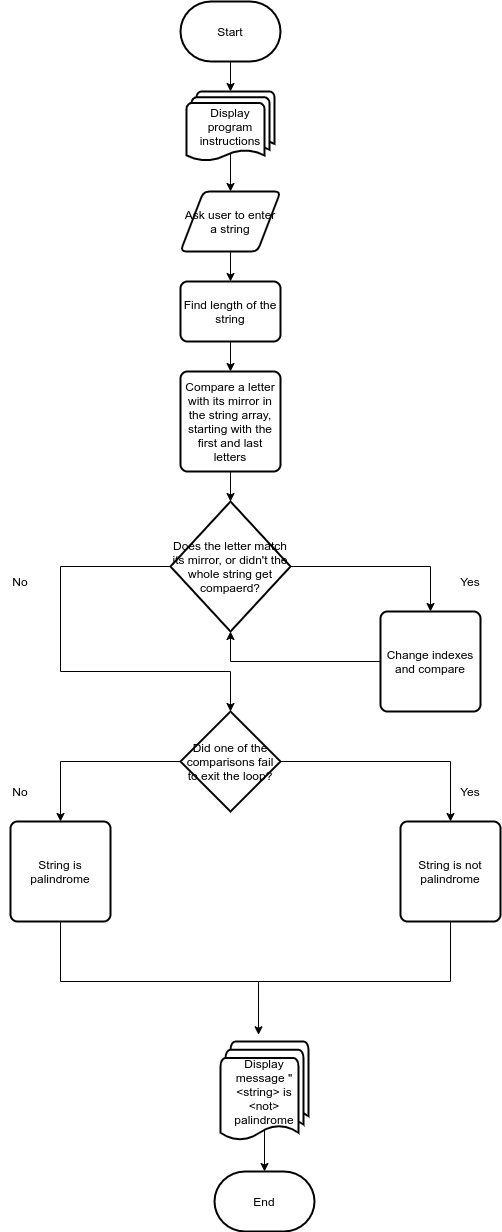
Earlier version of the draw.io export diagram.png (7assan-5alloof/palindromeString). Source tidied: cells renumbered, new cells last; positions are measured from the earlier drawing's top-left corner, leaving out a move shared by most shapes. Its diagram source:
```xml
<mxGraphModel>
  <root>
    <mxCell id="0" />
    <mxCell id="1" parent="0" />
    <mxCell id="2" style="edgeStyle=orthogonalEdgeStyle;rounded=0;jettySize=auto;html=1;exitX=0.5;exitY=1;exitDx=0;exitDy=0;exitPerimeter=0;" parent="1" edge="1" source="3" target="5">
      <mxGeometry relative="1" as="geometry" />
    </mxCell>
    <mxCell id="3" value="Start" style="strokeWidth=2;html=1;shape=mxgraph.flowchart.terminator;whiteSpace=wrap;" parent="1" vertex="1">
      <mxGeometry x="180" width="100" height="60" as="geometry" />
    </mxCell>
    <mxCell id="4" style="edgeStyle=orthogonalEdgeStyle;rounded=0;jettySize=auto;html=1;exitX=0.5;exitY=0.88;exitDx=0;exitDy=0;exitPerimeter=0;" parent="1" edge="1" source="5" target="7">
      <mxGeometry relative="1" as="geometry" />
    </mxCell>
    <mxCell id="5" value="Display program instructions" style="strokeWidth=2;html=1;shape=mxgraph.flowchart.multi-document;whiteSpace=wrap;" parent="1" vertex="1">
      <mxGeometry x="186" y="90" width="88" height="70" as="geometry" />
    </mxCell>
    <mxCell id="6" style="edgeStyle=orthogonalEdgeStyle;rounded=0;jettySize=auto;html=1;exitX=0.5;exitY=1;exitDx=0;exitDy=0;" parent="1" edge="1" source="7" target="9">
      <mxGeometry relative="1" as="geometry" />
    </mxCell>
    <mxCell id="7" value="Ask user to enter a string" style="shape=parallelogram;html=1;strokeWidth=2;perimeter=parallelogramPerimeter;whiteSpace=wrap;rounded=1;arcSize=12;size=0.23;" parent="1" vertex="1">
      <mxGeometry x="180" y="190" width="100" height="60" as="geometry" />
    </mxCell>
    <mxCell id="8" style="edgeStyle=orthogonalEdgeStyle;rounded=0;jettySize=auto;html=1;exitX=0.5;exitY=1;exitDx=0;exitDy=0;" parent="1" edge="1" source="9" target="11">
      <mxGeometry relative="1" as="geometry" />
    </mxCell>
    <mxCell id="9" value="Find length of the string" style="rounded=1;whiteSpace=wrap;html=1;absoluteArcSize=1;arcSize=14;strokeWidth=2;" parent="1" vertex="1">
      <mxGeometry x="180" y="280" width="100" height="60" as="geometry" />
    </mxCell>
    <mxCell id="10" style="edgeStyle=orthogonalEdgeStyle;rounded=0;jettySize=auto;html=1;exitX=0.5;exitY=1;exitDx=0;exitDy=0;" parent="1" edge="1" source="11" target="14">
      <mxGeometry relative="1" as="geometry" />
    </mxCell>
    <mxCell id="11" value="Compare a letter with its mirror in the string array, starting with the first and last letters" style="rounded=1;whiteSpace=wrap;html=1;absoluteArcSize=1;arcSize=14;strokeWidth=2;" parent="1" vertex="1">
      <mxGeometry x="180" y="370" width="100" height="100" as="geometry" />
    </mxCell>
    <mxCell id="12" style="edgeStyle=orthogonalEdgeStyle;rounded=0;jettySize=auto;html=1;exitX=1;exitY=0.5;exitDx=0;exitDy=0;exitPerimeter=0;" parent="1" edge="1" source="14" target="18">
      <mxGeometry relative="1" as="geometry">
        <Array as="points">
          <mxPoint x="430" y="565" />
        </Array>
      </mxGeometry>
    </mxCell>
    <mxCell id="13" style="edgeStyle=orthogonalEdgeStyle;rounded=0;jettySize=auto;html=1;exitX=0;exitY=0.5;exitDx=0;exitDy=0;exitPerimeter=0;" parent="1" edge="1" source="14" target="21">
      <mxGeometry relative="1" as="geometry">
        <Array as="points">
          <mxPoint x="60" y="565" />
          <mxPoint x="60" y="670" />
          <mxPoint x="230" y="670" />
        </Array>
      </mxGeometry>
    </mxCell>
    <mxCell id="14" value="Does the letter match its mirror, or didn't the whole string get compaerd?" style="strokeWidth=2;html=1;shape=mxgraph.flowchart.decision;whiteSpace=wrap;" parent="1" vertex="1">
      <mxGeometry x="170" y="500" width="120" height="130" as="geometry" />
    </mxCell>
    <mxCell id="15" value="Yes" style="text;html=1;strokeColor=none;fillColor=none;align=center;verticalAlign=middle;whiteSpace=wrap;rounded=0;" parent="1" vertex="1">
      <mxGeometry x="450" y="570" width="40" height="20" as="geometry" />
    </mxCell>
    <mxCell id="16" value="No" style="text;html=1;strokeColor=none;fillColor=none;align=center;verticalAlign=middle;whiteSpace=wrap;rounded=0;" parent="1" vertex="1">
      <mxGeometry y="570" width="40" height="20" as="geometry" />
    </mxCell>
    <mxCell id="17" style="edgeStyle=orthogonalEdgeStyle;rounded=0;jettySize=auto;html=1;exitX=0;exitY=0.5;exitDx=0;exitDy=0;entryX=0.5;entryY=1;entryDx=0;entryDy=0;entryPerimeter=0;" parent="1" edge="1" source="18" target="14">
      <mxGeometry relative="1" as="geometry" />
    </mxCell>
    <mxCell id="18" value="Change indexes and compare" style="rounded=1;whiteSpace=wrap;html=1;absoluteArcSize=1;arcSize=14;strokeWidth=2;" parent="1" vertex="1">
      <mxGeometry x="380" y="610" width="100" height="100" as="geometry" />
    </mxCell>
    <mxCell id="19" style="edgeStyle=orthogonalEdgeStyle;rounded=0;jettySize=auto;html=1;exitX=1;exitY=0.5;exitDx=0;exitDy=0;exitPerimeter=0;" parent="1" edge="1" source="21" target="25">
      <mxGeometry relative="1" as="geometry" />
    </mxCell>
    <mxCell id="20" style="edgeStyle=orthogonalEdgeStyle;rounded=0;jettySize=auto;html=1;exitX=0;exitY=0.5;exitDx=0;exitDy=0;exitPerimeter=0;" parent="1" edge="1" source="21" target="26">
      <mxGeometry relative="1" as="geometry" />
    </mxCell>
    <mxCell id="21" value="Did one of the comparisons fail to exit the loop?" style="strokeWidth=2;html=1;shape=mxgraph.flowchart.decision;whiteSpace=wrap;" parent="1" vertex="1">
      <mxGeometry x="180" y="710" width="100" height="100" as="geometry" />
    </mxCell>
    <mxCell id="22" value="Yes" style="text;html=1;strokeColor=none;fillColor=none;align=center;verticalAlign=middle;whiteSpace=wrap;rounded=0;" parent="1" vertex="1">
      <mxGeometry x="450" y="780" width="40" height="20" as="geometry" />
    </mxCell>
    <mxCell id="23" value="No" style="text;html=1;strokeColor=none;fillColor=none;align=center;verticalAlign=middle;whiteSpace=wrap;rounded=0;" parent="1" vertex="1">
      <mxGeometry y="780" width="40" height="20" as="geometry" />
    </mxCell>
    <mxCell id="24" style="edgeStyle=orthogonalEdgeStyle;rounded=0;jettySize=auto;html=1;exitX=0.5;exitY=1;exitDx=0;exitDy=0;entryX=0.432;entryY=-0.067;entryDx=0;entryDy=0;entryPerimeter=0;" parent="1" edge="1" source="25" target="30">
      <mxGeometry relative="1" as="geometry" />
    </mxCell>
    <mxCell id="25" value="String is not palindrome" style="rounded=1;whiteSpace=wrap;html=1;absoluteArcSize=1;arcSize=14;strokeWidth=2;" parent="1" vertex="1">
      <mxGeometry x="400" y="820" width="100" height="100" as="geometry" />
    </mxCell>
    <mxCell id="26" value="String is palindrome" style="rounded=1;whiteSpace=wrap;html=1;absoluteArcSize=1;arcSize=14;strokeWidth=2;" parent="1" vertex="1">
      <mxGeometry x="10" y="820" width="100" height="100" as="geometry" />
    </mxCell>
    <mxCell id="27" style="endArrow=none;html=1;entryX=0.5;entryY=1;entryDx=0;entryDy=0;" parent="1" edge="1" target="26">
      <mxGeometry relative="1" as="geometry">
        <mxPoint x="60" y="980" as="sourcePoint" />
      </mxGeometry>
    </mxCell>
    <mxCell id="28" style="endArrow=none;html=1;" parent="1" edge="1">
      <mxGeometry relative="1" as="geometry">
        <mxPoint x="60" y="980" as="sourcePoint" />
        <mxPoint x="260" y="980" as="targetPoint" />
      </mxGeometry>
    </mxCell>
    <mxCell id="29" style="edgeStyle=orthogonalEdgeStyle;rounded=0;jettySize=auto;html=1;exitX=0.5;exitY=0.88;exitDx=0;exitDy=0;exitPerimeter=0;" parent="1" edge="1" source="30" target="31">
      <mxGeometry relative="1" as="geometry" />
    </mxCell>
    <mxCell id="30" value="Display message &quot;&amp;lt;string&amp;gt; is &amp;lt;not&amp;gt; palindrome" style="strokeWidth=2;html=1;shape=mxgraph.flowchart.multi-document;whiteSpace=wrap;" parent="1" vertex="1">
      <mxGeometry x="220" y="1040" width="88" height="100" as="geometry" />
    </mxCell>
    <mxCell id="31" value="End" style="strokeWidth=2;html=1;shape=mxgraph.flowchart.terminator;whiteSpace=wrap;" parent="1" vertex="1">
      <mxGeometry x="214" y="1170" width="100" height="60" as="geometry" />
    </mxCell>
  </root>
</mxGraphModel>
```
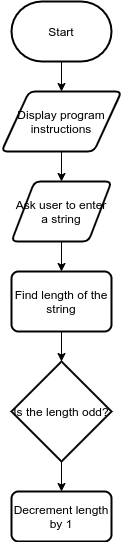
Later version of the same file.

Commit message:
Start re-drawing the flowchart

What changed in the source:
```diff
@@ -2,110 +2,38 @@
   <root>
     <mxCell id="0" />
     <mxCell id="1" parent="0" />
-    <mxCell id="2" style="edgeStyle=orthogonalEdgeStyle;rounded=0;jettySize=auto;html=1;exitX=0.5;exitY=1;exitDx=0;exitDy=0;exitPerimeter=0;" parent="1" edge="1" source="3" target="5">
+    <mxCell id="2" style="edgeStyle=orthogonalEdgeStyle;rounded=0;jettySize=auto;html=1;exitX=0.5;exitY=1;exitDx=0;exitDy=0;exitPerimeter=0;entryX=0.5;entryY=0;entryDx=0;entryDy=0;" parent="1" edge="1" source="3" target="5">
       <mxGeometry relative="1" as="geometry" />
     </mxCell>
     <mxCell id="3" value="Start" style="strokeWidth=2;html=1;shape=mxgraph.flowchart.terminator;whiteSpace=wrap;" parent="1" vertex="1">
       <mxGeometry x="180" width="100" height="60" as="geometry" />
     </mxCell>
-    <mxCell id="4" style="edgeStyle=orthogonalEdgeStyle;rounded=0;jettySize=auto;html=1;exitX=0.5;exitY=0.88;exitDx=0;exitDy=0;exitPerimeter=0;" parent="1" edge="1" source="5" target="7">
+    <mxCell id="4" style="edgeStyle=orthogonalEdgeStyle;rounded=0;jettySize=auto;html=1;exitX=0.5;exitY=1;exitDx=0;exitDy=0;" parent="1" edge="1" source="5" target="7">
       <mxGeometry relative="1" as="geometry" />
     </mxCell>
-    <mxCell id="5" value="Display program instructions" style="strokeWidth=2;html=1;shape=mxgraph.flowchart.multi-document;whiteSpace=wrap;" parent="1" vertex="1">
-      <mxGeometry x="186" y="90" width="88" height="70" as="geometry" />
-    </mxCell>
     <mxCell id="6" style="edgeStyle=orthogonalEdgeStyle;rounded=0;jettySize=auto;html=1;exitX=0.5;exitY=1;exitDx=0;exitDy=0;" parent="1" edge="1" source="7" target="9">
       <mxGeometry relative="1" as="geometry" />
     </mxCell>
     <mxCell id="7" value="Ask user to enter a string" style="shape=parallelogram;html=1;strokeWidth=2;perimeter=parallelogramPerimeter;whiteSpace=wrap;rounded=1;arcSize=12;size=0.23;" parent="1" vertex="1">
-      <mxGeometry x="180" y="190" width="100" height="60" as="geometry" />
+      <mxGeometry x="180" y="180" width="100" height="60" as="geometry" />
     </mxCell>
-    <mxCell id="8" style="edgeStyle=orthogonalEdgeStyle;rounded=0;jettySize=auto;html=1;exitX=0.5;exitY=1;exitDx=0;exitDy=0;" parent="1" edge="1" source="9" target="11">
-      <mxGeometry relative="1" as="geometry" />
-    </mxCell>
+    <mxCell id="32" style="edgeStyle=orthogonalEdgeStyle;rounded=0;jettySize=auto;html=1;exitX=0.5;exitY=1;exitDx=0;exitDy=0;" parent="1" edge="1" source="9" target="34">
+      <mxGeometry relative="1" as="geometry" />
+    </mxCell>
     <mxCell id="9" value="Find length of the string" style="rounded=1;whiteSpace=wrap;html=1;absoluteArcSize=1;arcSize=14;strokeWidth=2;" parent="1" vertex="1">
-      <mxGeometry x="180" y="280" width="100" height="60" as="geometry" />
+      <mxGeometry x="180" y="270" width="100" height="60" as="geometry" />
     </mxCell>
-    <mxCell id="10" style="edgeStyle=orthogonalEdgeStyle;rounded=0;jettySize=auto;html=1;exitX=0.5;exitY=1;exitDx=0;exitDy=0;" parent="1" edge="1" source="11" target="14">
-      <mxGeometry relative="1" as="geometry" />
-    </mxCell>
-    <mxCell id="11" value="Compare a letter with its mirror in the string array, starting with the first and last letters" style="rounded=1;whiteSpace=wrap;html=1;absoluteArcSize=1;arcSize=14;strokeWidth=2;" parent="1" vertex="1">
-      <mxGeometry x="180" y="370" width="100" height="100" as="geometry" />
-    </mxCell>
-    <mxCell id="12" style="edgeStyle=orthogonalEdgeStyle;rounded=0;jettySize=auto;html=1;exitX=1;exitY=0.5;exitDx=0;exitDy=0;exitPerimeter=0;" parent="1" edge="1" source="14" target="18">
-      <mxGeometry relative="1" as="geometry">
-        <Array as="points">
-          <mxPoint x="430" y="565" />
-        </Array>
-      </mxGeometry>
-    </mxCell>
-    <mxCell id="13" style="edgeStyle=orthogonalEdgeStyle;rounded=0;jettySize=auto;html=1;exitX=0;exitY=0.5;exitDx=0;exitDy=0;exitPerimeter=0;" parent="1" edge="1" source="14" target="21">
-      <mxGeometry relative="1" as="geometry">
-        <Array as="points">
-          <mxPoint x="60" y="565" />
-          <mxPoint x="60" y="670" />
-          <mxPoint x="230" y="670" />
-        </Array>
-      </mxGeometry>
-    </mxCell>
-    <mxCell id="14" value="Does the letter match its mirror, or didn't the whole string get compaerd?" style="strokeWidth=2;html=1;shape=mxgraph.flowchart.decision;whiteSpace=wrap;" parent="1" vertex="1">
-      <mxGeometry x="170" y="500" width="120" height="130" as="geometry" />
-    </mxCell>
-    <mxCell id="15" value="Yes" style="text;html=1;strokeColor=none;fillColor=none;align=center;verticalAlign=middle;whiteSpace=wrap;rounded=0;" parent="1" vertex="1">
-      <mxGeometry x="450" y="570" width="40" height="20" as="geometry" />
-    </mxCell>
-    <mxCell id="16" value="No" style="text;html=1;strokeColor=none;fillColor=none;align=center;verticalAlign=middle;whiteSpace=wrap;rounded=0;" parent="1" vertex="1">
-      <mxGeometry y="570" width="40" height="20" as="geometry" />
-    </mxCell>
-    <mxCell id="17" style="edgeStyle=orthogonalEdgeStyle;rounded=0;jettySize=auto;html=1;exitX=0;exitY=0.5;exitDx=0;exitDy=0;entryX=0.5;entryY=1;entryDx=0;entryDy=0;entryPerimeter=0;" parent="1" edge="1" source="18" target="14">
-      <mxGeometry relative="1" as="geometry" />
-    </mxCell>
-    <mxCell id="18" value="Change indexes and compare" style="rounded=1;whiteSpace=wrap;html=1;absoluteArcSize=1;arcSize=14;strokeWidth=2;" parent="1" vertex="1">
-      <mxGeometry x="380" y="610" width="100" height="100" as="geometry" />
-    </mxCell>
-    <mxCell id="19" style="edgeStyle=orthogonalEdgeStyle;rounded=0;jettySize=auto;html=1;exitX=1;exitY=0.5;exitDx=0;exitDy=0;exitPerimeter=0;" parent="1" edge="1" source="21" target="25">
-      <mxGeometry relative="1" as="geometry" />
-    </mxCell>
-    <mxCell id="20" style="edgeStyle=orthogonalEdgeStyle;rounded=0;jettySize=auto;html=1;exitX=0;exitY=0.5;exitDx=0;exitDy=0;exitPerimeter=0;" parent="1" edge="1" source="21" target="26">
-      <mxGeometry relative="1" as="geometry" />
-    </mxCell>
-    <mxCell id="21" value="Did one of the comparisons fail to exit the loop?" style="strokeWidth=2;html=1;shape=mxgraph.flowchart.decision;whiteSpace=wrap;" parent="1" vertex="1">
-      <mxGeometry x="180" y="710" width="100" height="100" as="geometry" />
-    </mxCell>
-    <mxCell id="22" value="Yes" style="text;html=1;strokeColor=none;fillColor=none;align=center;verticalAlign=middle;whiteSpace=wrap;rounded=0;" parent="1" vertex="1">
-      <mxGeometry x="450" y="780" width="40" height="20" as="geometry" />
-    </mxCell>
-    <mxCell id="23" value="No" style="text;html=1;strokeColor=none;fillColor=none;align=center;verticalAlign=middle;whiteSpace=wrap;rounded=0;" parent="1" vertex="1">
-      <mxGeometry y="780" width="40" height="20" as="geometry" />
-    </mxCell>
-    <mxCell id="24" style="edgeStyle=orthogonalEdgeStyle;rounded=0;jettySize=auto;html=1;exitX=0.5;exitY=1;exitDx=0;exitDy=0;entryX=0.432;entryY=-0.067;entryDx=0;entryDy=0;entryPerimeter=0;" parent="1" edge="1" source="25" target="30">
-      <mxGeometry relative="1" as="geometry" />
-    </mxCell>
-    <mxCell id="25" value="String is not palindrome" style="rounded=1;whiteSpace=wrap;html=1;absoluteArcSize=1;arcSize=14;strokeWidth=2;" parent="1" vertex="1">
-      <mxGeometry x="400" y="820" width="100" height="100" as="geometry" />
-    </mxCell>
-    <mxCell id="26" value="String is palindrome" style="rounded=1;whiteSpace=wrap;html=1;absoluteArcSize=1;arcSize=14;strokeWidth=2;" parent="1" vertex="1">
-      <mxGeometry x="10" y="820" width="100" height="100" as="geometry" />
-    </mxCell>
-    <mxCell id="27" style="endArrow=none;html=1;entryX=0.5;entryY=1;entryDx=0;entryDy=0;" parent="1" edge="1" target="26">
-      <mxGeometry relative="1" as="geometry">
-        <mxPoint x="60" y="980" as="sourcePoint" />
-      </mxGeometry>
-    </mxCell>
-    <mxCell id="28" style="endArrow=none;html=1;" parent="1" edge="1">
-      <mxGeometry relative="1" as="geometry">
-        <mxPoint x="60" y="980" as="sourcePoint" />
-        <mxPoint x="260" y="980" as="targetPoint" />
-      </mxGeometry>
-    </mxCell>
-    <mxCell id="29" style="edgeStyle=orthogonalEdgeStyle;rounded=0;jettySize=auto;html=1;exitX=0.5;exitY=0.88;exitDx=0;exitDy=0;exitPerimeter=0;" parent="1" edge="1" source="30" target="31">
-      <mxGeometry relative="1" as="geometry" />
-    </mxCell>
-    <mxCell id="30" value="Display message &quot;&amp;lt;string&amp;gt; is &amp;lt;not&amp;gt; palindrome" style="strokeWidth=2;html=1;shape=mxgraph.flowchart.multi-document;whiteSpace=wrap;" parent="1" vertex="1">
-      <mxGeometry x="220" y="1040" width="88" height="100" as="geometry" />
-    </mxCell>
-    <mxCell id="31" value="End" style="strokeWidth=2;html=1;shape=mxgraph.flowchart.terminator;whiteSpace=wrap;" parent="1" vertex="1">
-      <mxGeometry x="214" y="1170" width="100" height="60" as="geometry" />
-    </mxCell>
+    <mxCell id="5" value="&lt;span&gt;Display program instructions&lt;/span&gt;" style="shape=parallelogram;html=1;strokeWidth=2;perimeter=parallelogramPerimeter;whiteSpace=wrap;rounded=1;arcSize=12;size=0.23;" parent="1" vertex="1">
+      <mxGeometry x="170" y="90" width="120" height="60" as="geometry" />
+    </mxCell>
+    <mxCell id="33" style="edgeStyle=orthogonalEdgeStyle;rounded=0;jettySize=auto;html=1;exitX=0.5;exitY=1;exitDx=0;exitDy=0;exitPerimeter=0;" parent="1" edge="1" source="34" target="35">
+      <mxGeometry relative="1" as="geometry" />
+    </mxCell>
+    <mxCell id="34" value="Is the length odd?" style="strokeWidth=2;html=1;shape=mxgraph.flowchart.decision;whiteSpace=wrap;" parent="1" vertex="1">
+      <mxGeometry x="180" y="360" width="100" height="100" as="geometry" />
+    </mxCell>
+    <mxCell id="35" value="Decrement length by 1" style="rounded=1;whiteSpace=wrap;html=1;absoluteArcSize=1;arcSize=14;strokeWidth=2;" parent="1" vertex="1">
+      <mxGeometry x="180" y="490" width="100" height="50" as="geometry" />
+    </mxCell>
   </root>
 </mxGraphModel>
```
